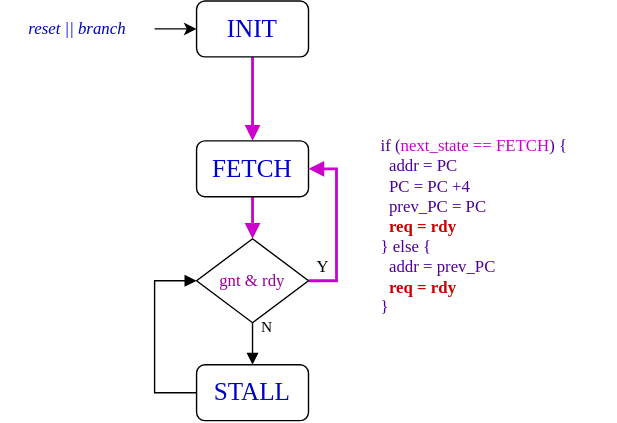
This is docs/_images/kronos_fetch.svg from SonalPinto/kronos, a draw.io export, as it was before one commit. Source tidied: cells renumbered, new cells last; positions are measured from the earlier drawing's top-left corner, leaving out a move shared by most shapes.
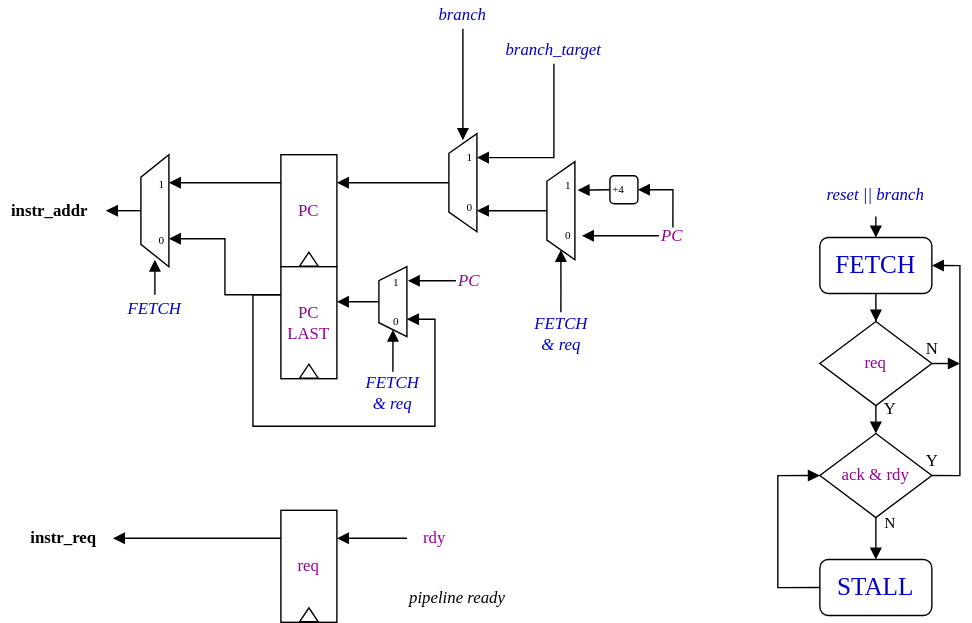
The same file after the commit.

Commit message:
Updating docs for the revamped fetch stage

Diff of the diagram source:
```diff
@@ -2,51 +2,236 @@
   <root>
     <mxCell id="0" />
     <mxCell id="1" parent="0" />
-    <mxCell id="2" style="edgeStyle=orthogonalEdgeStyle;rounded=0;jettySize=auto;html=1;exitX=0.5;exitY=1;exitDx=0;exitDy=0;endArrow=block;endFill=1;strokeColor=#CC00CC;strokeWidth=2;" parent="1" edge="1" source="3" target="5">
-      <mxGeometry relative="1" as="geometry" />
-    </mxCell>
-    <mxCell id="3" value="INIT" style="rounded=1;whiteSpace=wrap;html=1;fontFamily=Verdana;fontSize=18;fontColor=#0000CC;labelBackgroundColor=none;" parent="1" vertex="1">
-      <mxGeometry x="140" width="80" height="40" as="geometry" />
-    </mxCell>
-    <mxCell id="4" style="edgeStyle=orthogonalEdgeStyle;rounded=0;jettySize=auto;html=1;exitX=0.5;exitY=1;exitDx=0;exitDy=0;entryX=0.5;entryY=0;entryDx=0;entryDy=0;endArrow=block;endFill=1;fontFamily=Helvetica;strokeColor=#CC00CC;strokeWidth=2;" parent="1" edge="1" source="5" target="11">
-      <mxGeometry relative="1" as="geometry" />
-    </mxCell>
+    <mxCell id="15" style="edgeStyle=orthogonalEdgeStyle;rounded=0;jumpStyle=arc;jettySize=auto;html=1;exitX=0.5;exitY=0;exitDx=0;exitDy=0;entryX=0;entryY=0.5;entryDx=0;entryDy=0;endArrow=block;endFill=1;fontSize=8;" parent="1" edge="1" source="63" target="73">
+      <mxGeometry relative="1" as="geometry" />
+    </mxCell>
+    <mxCell id="16" style="edgeStyle=orthogonalEdgeStyle;rounded=0;jettySize=auto;html=1;exitX=0.5;exitY=1;exitDx=0;exitDy=0;endArrow=block;endFill=1;" parent="1" edge="1" source="5" target="22">
+      <mxGeometry relative="1" as="geometry" />
+    </mxCell>
     <mxCell id="5" value="FETCH" style="rounded=1;whiteSpace=wrap;html=1;fontFamily=Verdana;fontSize=18;fontColor=#0000CC;labelBackgroundColor=none;" parent="1" vertex="1">
-      <mxGeometry x="140" y="100" width="80" height="40" as="geometry" />
+      <mxGeometry x="525" y="125.2" width="80" height="40" as="geometry" />
     </mxCell>
     <mxCell id="6" style="edgeStyle=orthogonalEdgeStyle;rounded=0;jettySize=auto;html=1;exitX=0;exitY=0.5;exitDx=0;exitDy=0;endArrow=block;endFill=1;fontFamily=Verdana;entryX=0;entryY=0.5;entryDx=0;entryDy=0;" parent="1" edge="1" source="7" target="11">
       <mxGeometry relative="1" as="geometry">
         <Array as="points">
-          <mxPoint x="110" y="280" />
-          <mxPoint x="110" y="200" />
+          <mxPoint x="495" y="375.2" />
+          <mxPoint x="495" y="295.2" />
         </Array>
       </mxGeometry>
     </mxCell>
     <mxCell id="7" value="STALL" style="rounded=1;whiteSpace=wrap;html=1;fontFamily=Verdana;fontSize=18;fontColor=#0000CC;labelBackgroundColor=none;" parent="1" vertex="1">
-      <mxGeometry x="140" y="260" width="80" height="40" as="geometry" />
+      <mxGeometry x="525" y="355.2" width="80" height="40" as="geometry" />
     </mxCell>
-    <mxCell id="8" style="edgeStyle=orthogonalEdgeStyle;rounded=0;jettySize=auto;html=1;exitX=1;exitY=0.5;exitDx=0;exitDy=0;entryX=1;entryY=0.5;entryDx=0;entryDy=0;endArrow=block;endFill=1;fontFamily=Verdana;strokeColor=#CC00CC;strokeWidth=2;" parent="1" edge="1" source="11" target="5">
+    <mxCell id="8" style="edgeStyle=orthogonalEdgeStyle;rounded=0;jettySize=auto;html=1;exitX=1;exitY=0.5;exitDx=0;exitDy=0;entryX=1;entryY=0.5;entryDx=0;entryDy=0;endArrow=block;endFill=1;fontFamily=Verdana;strokeColor=#000000;" parent="1" edge="1" source="11" target="5">
       <mxGeometry relative="1" as="geometry" />
     </mxCell>
     <mxCell id="9" value="Y" style="text;html=1;align=center;verticalAlign=middle;labelBackgroundColor=#ffffff;fontFamily=Verdana;" parent="8" vertex="1">
       <mxGeometry x="-0.67" y="-1" relative="1" as="geometry">
-        <mxPoint x="-11" y="-10" as="offset" />
+        <mxPoint x="-21" y="1.4" as="offset" />
       </mxGeometry>
     </mxCell>
     <mxCell id="10" value="N" style="edgeStyle=orthogonalEdgeStyle;rounded=0;jettySize=auto;html=1;exitX=0.5;exitY=1;exitDx=0;exitDy=0;entryX=0.5;entryY=0;entryDx=0;entryDy=0;endArrow=block;endFill=1;fontFamily=Verdana;" parent="1" edge="1" source="11" target="7">
       <mxGeometry x="-0.75" y="10" relative="1" as="geometry" />
     </mxCell>
-    <mxCell id="11" value="gnt &amp;amp; rdy" style="rhombus;whiteSpace=wrap;html=1;fontFamily=Verdana;fontColor=#990099;" parent="1" vertex="1">
-      <mxGeometry x="140" y="170" width="80" height="60" as="geometry" />
+    <mxCell id="11" value="ack &amp;amp; rdy" style="rhombus;whiteSpace=wrap;html=1;fontFamily=Verdana;fontColor=#990099;" parent="1" vertex="1">
+      <mxGeometry x="525" y="265.2" width="80" height="60" as="geometry" />
     </mxCell>
+    <mxCell id="17" style="edgeStyle=orthogonalEdgeStyle;rounded=0;jettySize=auto;html=1;exitX=0.5;exitY=1;exitDx=0;exitDy=0;entryX=0.5;entryY=0;entryDx=0;entryDy=0;endArrow=block;endFill=1;" parent="1" edge="1" source="12" target="5">
+      <mxGeometry relative="1" as="geometry" />
+    </mxCell>
     <mxCell id="12" value="reset || branch" style="text;html=1;strokeColor=none;fillColor=none;align=center;verticalAlign=middle;whiteSpace=wrap;rounded=0;fontFamily=Verdana;fontStyle=2;fontColor=#0000CC;" parent="1" vertex="1">
-      <mxGeometry y="10" width="110" height="20" as="geometry" />
+      <mxGeometry x="510" y="80.2" width="110" height="30" as="geometry" />
     </mxCell>
-    <mxCell id="13" style="endArrow=classic;html=1;fontFamily=Verdana;entryX=0;entryY=0.5;entryDx=0;entryDy=0;exitX=1;exitY=0.5;exitDx=0;exitDy=0;" parent="1" edge="1" source="12" target="3">
-      <mxGeometry relative="1" as="geometry" />
-    </mxCell>
-    <mxCell id="14" value="&lt;div&gt;if (&lt;font color=&quot;#CC00CC&quot;&gt;next_state == FETCH&lt;/font&gt;) {&lt;/div&gt;&lt;div&gt;&amp;nbsp; addr = PC&lt;br&gt;&amp;nbsp; PC = PC +4&lt;br&gt;&amp;nbsp; prev_PC = PC&lt;br&gt;&lt;font color=&quot;#CC0000&quot;&gt;&lt;b&gt;&amp;nbsp; req = rdy&lt;br&gt;&lt;/b&gt;&lt;/font&gt;&lt;/div&gt;} else {&lt;br&gt;&lt;div&gt;&amp;nbsp; addr = prev_PC&lt;br&gt;&lt;/div&gt;&lt;div&gt;&amp;nbsp; &lt;font color=&quot;#CC0000&quot;&gt;&lt;b&gt;req = rdy&lt;/b&gt;&lt;/font&gt;&lt;br&gt;}&lt;/div&gt;" style="text;html=1;strokeColor=none;fillColor=none;align=left;verticalAlign=top;whiteSpace=wrap;rounded=0;fontFamily=Verdana;fontColor=#4C0099;fontStyle=0;" parent="1" vertex="1">
-      <mxGeometry x="270" y="90" width="170" height="145" as="geometry" />
-    </mxCell>
+    <mxCell id="18" style="edgeStyle=orthogonalEdgeStyle;rounded=0;jettySize=auto;html=1;exitX=0.5;exitY=1;exitDx=0;exitDy=0;entryX=0.5;entryY=0;entryDx=0;entryDy=0;endArrow=block;endFill=1;" parent="1" edge="1" source="22" target="11">
+      <mxGeometry relative="1" as="geometry" />
+    </mxCell>
+    <mxCell id="19" value="Y" style="text;html=1;align=center;verticalAlign=middle;fontFamily=Verdana;" parent="18" vertex="1">
+      <mxGeometry x="-0.73" y="1" relative="1" as="geometry">
+        <mxPoint x="9" as="offset" />
+      </mxGeometry>
+    </mxCell>
+    <mxCell id="20" style="edgeStyle=orthogonalEdgeStyle;rounded=0;jettySize=auto;html=1;exitX=1;exitY=0.5;exitDx=0;exitDy=0;endArrow=block;endFill=1;" parent="1" edge="1" source="22">
+      <mxGeometry relative="1" as="geometry">
+        <mxPoint x="625" y="215.2" as="targetPoint" />
+      </mxGeometry>
+    </mxCell>
+    <mxCell id="21" value="N" style="text;html=1;align=center;verticalAlign=middle;fontFamily=Verdana;" parent="20" vertex="1">
+      <mxGeometry x="-0.71" relative="1" as="geometry">
+        <mxPoint x="-2.9" y="-10" as="offset" />
+      </mxGeometry>
+    </mxCell>
+    <mxCell id="22" value="req" style="rhombus;whiteSpace=wrap;html=1;fontFamily=Verdana;fontColor=#990099;" parent="1" vertex="1">
+      <mxGeometry x="525" y="185.2" width="80" height="60" as="geometry" />
+    </mxCell>
+    <mxCell id="23" style="edgeStyle=orthogonalEdgeStyle;rounded=0;jettySize=auto;html=1;exitX=0;exitY=0.5;exitDx=0;exitDy=0;entryX=1;entryY=0.25;entryDx=0;entryDy=0;fontFamily=Verdana;fontColor=#990099;endArrow=block;endFill=1;" parent="1" edge="1" source="24" target="26">
+      <mxGeometry relative="1" as="geometry" />
+    </mxCell>
+    <mxCell id="24" value="rdy" style="text;html=1;strokeColor=none;fillColor=none;align=center;verticalAlign=middle;whiteSpace=wrap;rounded=0;fontFamily=Verdana;fontColor=#990099;" parent="1" vertex="1">
+      <mxGeometry x="230" y="330" width="40" height="20" as="geometry" />
+    </mxCell>
+    <mxCell id="25" style="group;" parent="1" vertex="1">
+      <mxGeometry x="140" y="320" width="40" height="80" as="geometry" />
+    </mxCell>
+    <mxCell id="26" value="&lt;font face=&quot;Verdana&quot; color=&quot;#990099&quot;&gt;req&lt;/font&gt;" style="rounded=0;whiteSpace=wrap;html=1;" parent="25" vertex="1">
+      <mxGeometry width="40" height="80" as="geometry" />
+    </mxCell>
+    <mxCell id="27" style="triangle;whiteSpace=wrap;html=1;rotation=270;" parent="25" vertex="1">
+      <mxGeometry x="15" y="68" width="10" height="13.3" as="geometry" />
+    </mxCell>
+    <mxCell id="28" value="pipeline ready" style="text;html=1;strokeColor=none;fillColor=none;align=left;verticalAlign=middle;whiteSpace=wrap;rounded=0;fontFamily=Verdana;fontColor=#000000;fontStyle=2;" parent="1" vertex="1">
+      <mxGeometry x="230" y="365" width="80" height="35" as="geometry" />
+    </mxCell>
+    <mxCell id="29" style="edgeStyle=orthogonalEdgeStyle;rounded=0;jettySize=auto;html=1;exitX=0;exitY=0.25;exitDx=0;exitDy=0;fontFamily=Verdana;fontColor=#000000;endArrow=block;endFill=1;entryX=1;entryY=0.5;entryDx=0;entryDy=0;" parent="1" edge="1" source="26" target="30">
+      <mxGeometry relative="1" as="geometry" />
+    </mxCell>
+    <mxCell id="30" value="instr_req" style="text;html=1;strokeColor=none;fillColor=none;align=center;verticalAlign=middle;whiteSpace=wrap;rounded=0;fontFamily=Verdana;fontColor=#000000;fontStyle=1;" parent="1" vertex="1">
+      <mxGeometry x="-50" y="330" width="70" height="20" as="geometry" />
+    </mxCell>
+    <mxCell id="31" style="group;" parent="1" vertex="1">
+      <mxGeometry x="140" y="66" width="40" height="80" as="geometry" />
+    </mxCell>
+    <mxCell id="32" value="&lt;font face=&quot;Verdana&quot; color=&quot;#990099&quot;&gt;PC&lt;/font&gt;" style="rounded=0;whiteSpace=wrap;html=1;" parent="31" vertex="1">
+      <mxGeometry width="40" height="80" as="geometry" />
+    </mxCell>
+    <mxCell id="33" style="triangle;whiteSpace=wrap;html=1;rotation=270;" parent="31" vertex="1">
+      <mxGeometry x="15" y="68" width="10" height="13.3" as="geometry" />
+    </mxCell>
+    <mxCell id="34" style="group;" parent="1" vertex="1">
+      <mxGeometry x="140" y="146" width="40" height="80" as="geometry" />
+    </mxCell>
+    <mxCell id="35" value="&lt;font face=&quot;Verdana&quot; color=&quot;#990099&quot;&gt;PC&lt;/font&gt;&lt;font face=&quot;Verdana&quot; color=&quot;#990099&quot;&gt;&lt;br&gt;LAST&lt;/font&gt;" style="rounded=0;whiteSpace=wrap;html=1;" parent="34" vertex="1">
+      <mxGeometry width="40" height="80" as="geometry" />
+    </mxCell>
+    <mxCell id="36" style="triangle;whiteSpace=wrap;html=1;rotation=270;" parent="34" vertex="1">
+      <mxGeometry x="15" y="68" width="10" height="13.3" as="geometry" />
+    </mxCell>
+    <mxCell id="37" style="edgeStyle=orthogonalEdgeStyle;rounded=0;jettySize=auto;html=1;exitX=0.5;exitY=0;exitDx=0;exitDy=0;entryX=1;entryY=0.313;entryDx=0;entryDy=0;entryPerimeter=0;fontFamily=Verdana;fontColor=#000000;endArrow=block;endFill=1;" parent="1" edge="1" source="38" target="35">
+      <mxGeometry relative="1" as="geometry" />
+    </mxCell>
+    <mxCell id="38" style="shape=trapezoid;perimeter=trapezoidPerimeter;whiteSpace=wrap;html=1;fontFamily=Verdana;fontColor=#000000;align=left;rotation=-90;" parent="1" vertex="1">
+      <mxGeometry x="195" y="161" width="50" height="20" as="geometry" />
+    </mxCell>
+    <mxCell id="39" style="edgeStyle=orthogonalEdgeStyle;rounded=0;jettySize=auto;html=1;exitX=0;exitY=0.25;exitDx=0;exitDy=0;entryX=0.25;entryY=1;entryDx=0;entryDy=0;endArrow=block;endFill=1;" parent="1" edge="1" source="35" target="38">
+      <mxGeometry relative="1" as="geometry">
+        <Array as="points">
+          <mxPoint x="120" y="166" />
+          <mxPoint x="120" y="260" />
+          <mxPoint x="250" y="260" />
+          <mxPoint x="250" y="183" />
+        </Array>
+      </mxGeometry>
+    </mxCell>
+    <mxCell id="40" style="edgeStyle=orthogonalEdgeStyle;rounded=0;jettySize=auto;html=1;exitX=0;exitY=0.25;exitDx=0;exitDy=0;endArrow=block;endFill=1;entryX=0.25;entryY=1;entryDx=0;entryDy=0;" parent="1" edge="1" source="35" target="42">
+      <mxGeometry relative="1" as="geometry" />
+    </mxCell>
+    <mxCell id="41" style="edgeStyle=orthogonalEdgeStyle;rounded=0;jettySize=auto;html=1;exitX=0.5;exitY=0;exitDx=0;exitDy=0;endArrow=block;endFill=1;" parent="1" edge="1" source="42">
+      <mxGeometry relative="1" as="geometry">
+        <mxPoint x="15" y="106" as="targetPoint" />
+      </mxGeometry>
+    </mxCell>
+    <mxCell id="42" style="shape=trapezoid;perimeter=trapezoidPerimeter;whiteSpace=wrap;html=1;fontFamily=Verdana;fontColor=#000000;align=left;rotation=-90;" parent="1" vertex="1">
+      <mxGeometry x="10" y="96" width="80" height="20" as="geometry" />
+    </mxCell>
+    <mxCell id="43" style="edgeStyle=orthogonalEdgeStyle;rounded=0;jettySize=auto;html=1;exitX=0;exitY=0.25;exitDx=0;exitDy=0;entryX=0.75;entryY=1;entryDx=0;entryDy=0;endArrow=block;endFill=1;" parent="1" edge="1" source="32" target="42">
+      <mxGeometry relative="1" as="geometry" />
+    </mxCell>
+    <mxCell id="44" value="instr_addr" style="text;html=1;strokeColor=none;fillColor=none;align=center;verticalAlign=middle;whiteSpace=wrap;rounded=0;fontFamily=Verdana;fontColor=#000000;fontStyle=1;" parent="1" vertex="1">
+      <mxGeometry x="-60" y="96" width="70" height="20" as="geometry" />
+    </mxCell>
+    <mxCell id="45" style="edgeStyle=orthogonalEdgeStyle;rounded=0;jettySize=auto;html=1;exitX=0.5;exitY=0;exitDx=0;exitDy=0;entryX=0.063;entryY=0.5;entryDx=0;entryDy=0;entryPerimeter=0;endArrow=block;endFill=1;" parent="1" edge="1" source="46" target="42">
+      <mxGeometry relative="1" as="geometry" />
+    </mxCell>
+    <mxCell id="46" value="FETCH" style="text;html=1;strokeColor=none;fillColor=none;align=center;verticalAlign=middle;whiteSpace=wrap;rounded=0;fontFamily=Verdana;fontStyle=2;fontColor=#0000CC;" parent="1" vertex="1">
+      <mxGeometry x="25" y="166" width="50" height="20" as="geometry" />
+    </mxCell>
+    <mxCell id="47" value="0" style="text;html=1;strokeColor=none;fillColor=none;align=center;verticalAlign=middle;whiteSpace=wrap;rounded=0;fontFamily=Verdana;fontColor=#000000;fontSize=8;" parent="1" vertex="1">
+      <mxGeometry x="50" y="121" width="10" height="12" as="geometry" />
+    </mxCell>
+    <mxCell id="48" value="1" style="text;html=1;strokeColor=none;fillColor=none;align=center;verticalAlign=middle;whiteSpace=wrap;rounded=0;fontFamily=Verdana;fontColor=#000000;fontSize=8;" parent="1" vertex="1">
+      <mxGeometry x="50" y="81" width="10" height="12" as="geometry" />
+    </mxCell>
+    <mxCell id="49" value="1" style="text;html=1;strokeColor=none;fillColor=none;align=center;verticalAlign=middle;whiteSpace=wrap;rounded=0;fontFamily=Verdana;fontColor=#000000;fontSize=8;" parent="1" vertex="1">
+      <mxGeometry x="220" y="151" width="5" height="12" as="geometry" />
+    </mxCell>
+    <mxCell id="50" value="0" style="text;html=1;strokeColor=none;fillColor=none;align=center;verticalAlign=middle;whiteSpace=wrap;rounded=0;fontFamily=Verdana;fontColor=#000000;fontSize=8;" parent="1" vertex="1">
+      <mxGeometry x="220" y="178.5" width="5" height="12" as="geometry" />
+    </mxCell>
+    <mxCell id="51" style="edgeStyle=orthogonalEdgeStyle;rounded=0;jettySize=auto;html=1;exitX=0.5;exitY=0;exitDx=0;exitDy=0;endArrow=block;endFill=1;fontSize=8;" parent="1" edge="1" source="52" target="38">
+      <mxGeometry relative="1" as="geometry" />
+    </mxCell>
+    <mxCell id="52" value="FETCH &amp;amp; req" style="text;html=1;strokeColor=none;fillColor=none;align=center;verticalAlign=middle;whiteSpace=wrap;rounded=0;fontFamily=Verdana;fontStyle=2;fontColor=#0000CC;" parent="1" vertex="1">
+      <mxGeometry x="195" y="221" width="50" height="29" as="geometry" />
+    </mxCell>
+    <mxCell id="53" style="edgeStyle=orthogonalEdgeStyle;rounded=0;jettySize=auto;html=1;exitX=0.5;exitY=0;exitDx=0;exitDy=0;entryX=1;entryY=0.25;entryDx=0;entryDy=0;endArrow=block;endFill=1;fontSize=8;" parent="1" edge="1" source="59" target="32">
+      <mxGeometry relative="1" as="geometry" />
+    </mxCell>
+    <mxCell id="54" style="edgeStyle=orthogonalEdgeStyle;rounded=0;jettySize=auto;html=1;entryX=0.934;entryY=0.5;entryDx=0;entryDy=0;entryPerimeter=0;endArrow=block;endFill=1;fontSize=8;" parent="1" edge="1" source="55" target="59">
+      <mxGeometry relative="1" as="geometry" />
+    </mxCell>
+    <mxCell id="55" value="branch" style="text;html=1;strokeColor=none;fillColor=none;align=center;verticalAlign=middle;whiteSpace=wrap;rounded=0;fontFamily=Verdana;fontStyle=2;fontColor=#0000CC;" parent="1" vertex="1">
+      <mxGeometry x="245" y="-44" width="50" height="20" as="geometry" />
+    </mxCell>
+    <mxCell id="56" style="edgeStyle=orthogonalEdgeStyle;rounded=0;jettySize=auto;html=1;exitX=0.5;exitY=1;exitDx=0;exitDy=0;entryX=1;entryY=0.5;entryDx=0;entryDy=0;endArrow=block;endFill=1;fontSize=8;" parent="1" edge="1" source="57" target="60">
+      <mxGeometry relative="1" as="geometry" />
+    </mxCell>
+    <mxCell id="57" value="branch_target" style="text;html=1;strokeColor=none;fillColor=none;align=center;verticalAlign=middle;whiteSpace=wrap;rounded=0;fontFamily=Verdana;fontStyle=2;fontColor=#0000CC;" parent="1" vertex="1">
+      <mxGeometry x="285" y="-19" width="100" height="20" as="geometry" />
+    </mxCell>
+    <mxCell id="58" style="group;" parent="1" vertex="1">
+      <mxGeometry x="260" y="51" width="20" height="70" as="geometry" />
+    </mxCell>
+    <mxCell id="59" style="shape=trapezoid;perimeter=trapezoidPerimeter;whiteSpace=wrap;html=1;fontFamily=Verdana;fontColor=#000000;align=left;rotation=-90;" parent="58" vertex="1">
+      <mxGeometry x="-25" y="25" width="70" height="20" as="geometry" />
+    </mxCell>
+    <mxCell id="60" value="1" style="text;html=1;strokeColor=none;fillColor=none;align=center;verticalAlign=middle;whiteSpace=wrap;rounded=0;fontFamily=Verdana;fontColor=#000000;fontSize=8;" parent="58" vertex="1">
+      <mxGeometry x="10" y="9.2" width="10" height="15.8" as="geometry" />
+    </mxCell>
+    <mxCell id="61" value="0" style="text;html=1;strokeColor=none;fillColor=none;align=center;verticalAlign=middle;whiteSpace=wrap;rounded=0;fontFamily=Verdana;fontColor=#000000;fontSize=8;" parent="58" vertex="1">
+      <mxGeometry x="10" y="45" width="10" height="15.8" as="geometry" />
+    </mxCell>
+    <mxCell id="62" style="edgeStyle=orthogonalEdgeStyle;rounded=0;jettySize=auto;html=1;exitX=0.5;exitY=0;exitDx=0;exitDy=0;endArrow=block;endFill=1;fontSize=8;" parent="1" edge="1" source="73">
+      <mxGeometry relative="1" as="geometry">
+        <mxPoint x="280" y="106" as="targetPoint" />
+      </mxGeometry>
+    </mxCell>
+    <mxCell id="63" value="FETCH &lt;br&gt;&amp;amp; req" style="text;html=1;strokeColor=none;fillColor=none;align=center;verticalAlign=middle;whiteSpace=wrap;rounded=0;fontFamily=Verdana;fontStyle=2;fontColor=#0000CC;" parent="1" vertex="1">
+      <mxGeometry x="297.5" y="178.5" width="85" height="31.5" as="geometry" />
+    </mxCell>
+    <mxCell id="64" style="edgeStyle=orthogonalEdgeStyle;rounded=0;jumpStyle=arc;jettySize=auto;html=1;exitX=0;exitY=0.5;exitDx=0;exitDy=0;entryX=0.709;entryY=1.097;entryDx=0;entryDy=0;entryPerimeter=0;endArrow=block;endFill=1;fontSize=12;fontColor=#990099;" parent="1" edge="1" source="65" target="73">
+      <mxGeometry relative="1" as="geometry" />
+    </mxCell>
+    <mxCell id="65" value="+4" style="rounded=1;whiteSpace=wrap;html=1;fontFamily=Verdana;fontSize=8;fontColor=#000000;align=left;" parent="1" vertex="1">
+      <mxGeometry x="375" y="81" width="20" height="20" as="geometry" />
+    </mxCell>
+    <mxCell id="66" style="edgeStyle=orthogonalEdgeStyle;rounded=0;jumpStyle=arc;jettySize=auto;html=1;exitX=0;exitY=0.5;exitDx=0;exitDy=0;entryX=0.799;entryY=1.032;entryDx=0;entryDy=0;entryPerimeter=0;endArrow=block;endFill=1;fontSize=12;fontColor=#990099;" parent="1" edge="1" source="67" target="38">
+      <mxGeometry relative="1" as="geometry" />
+    </mxCell>
+    <mxCell id="67" value="PC" style="text;html=1;fontSize=12;fontFamily=Verdana;fontColor=#990099;fontStyle=2;verticalAlign=middle;" parent="1" vertex="1">
+      <mxGeometry x="265" y="146" width="20" height="20" as="geometry" />
+    </mxCell>
+    <mxCell id="68" style="edgeStyle=orthogonalEdgeStyle;rounded=0;jumpStyle=arc;jettySize=auto;html=1;exitX=0;exitY=0.5;exitDx=0;exitDy=0;endArrow=block;endFill=1;fontSize=12;fontColor=#990099;" parent="1" edge="1" source="70">
+      <mxGeometry relative="1" as="geometry">
+        <mxPoint x="355" y="123.9" as="targetPoint" />
+      </mxGeometry>
+    </mxCell>
+    <mxCell id="69" style="edgeStyle=orthogonalEdgeStyle;rounded=0;jumpStyle=arc;jettySize=auto;html=1;exitX=0.5;exitY=0;exitDx=0;exitDy=0;entryX=1;entryY=0.5;entryDx=0;entryDy=0;endArrow=block;endFill=1;fontSize=12;fontColor=#990099;" parent="1" edge="1" source="70" target="65">
+      <mxGeometry relative="1" as="geometry">
+        <Array as="points">
+          <mxPoint x="420" y="91" />
+        </Array>
+      </mxGeometry>
+    </mxCell>
+    <mxCell id="70" value="PC" style="text;html=1;fontSize=12;fontFamily=Verdana;fontColor=#990099;fontStyle=2;verticalAlign=middle;" parent="1" vertex="1">
+      <mxGeometry x="410" y="117.9" width="20" height="12" as="geometry" />
+    </mxCell>
+    <mxCell id="71" value="1" style="text;html=1;strokeColor=none;fillColor=none;align=center;verticalAlign=middle;whiteSpace=wrap;rounded=0;fontFamily=Verdana;fontColor=#000000;fontSize=8;" parent="1" vertex="1">
+      <mxGeometry x="342.5" y="80.2" width="5" height="15.8" as="geometry" />
+    </mxCell>
+    <mxCell id="72" value="0" style="text;html=1;strokeColor=none;fillColor=none;align=center;verticalAlign=middle;whiteSpace=wrap;rounded=0;fontFamily=Verdana;fontColor=#000000;fontSize=8;" parent="1" vertex="1">
+      <mxGeometry x="342.5" y="116" width="5" height="15.8" as="geometry" />
+    </mxCell>
+    <mxCell id="73" style="shape=trapezoid;perimeter=trapezoidPerimeter;whiteSpace=wrap;html=1;fontFamily=Verdana;fontColor=#000000;align=left;rotation=-90;fillColor=none;" parent="1" vertex="1">
+      <mxGeometry x="305" y="96" width="70" height="20" as="geometry" />
+    </mxCell>
   </root>
 </mxGraphModel>
```
